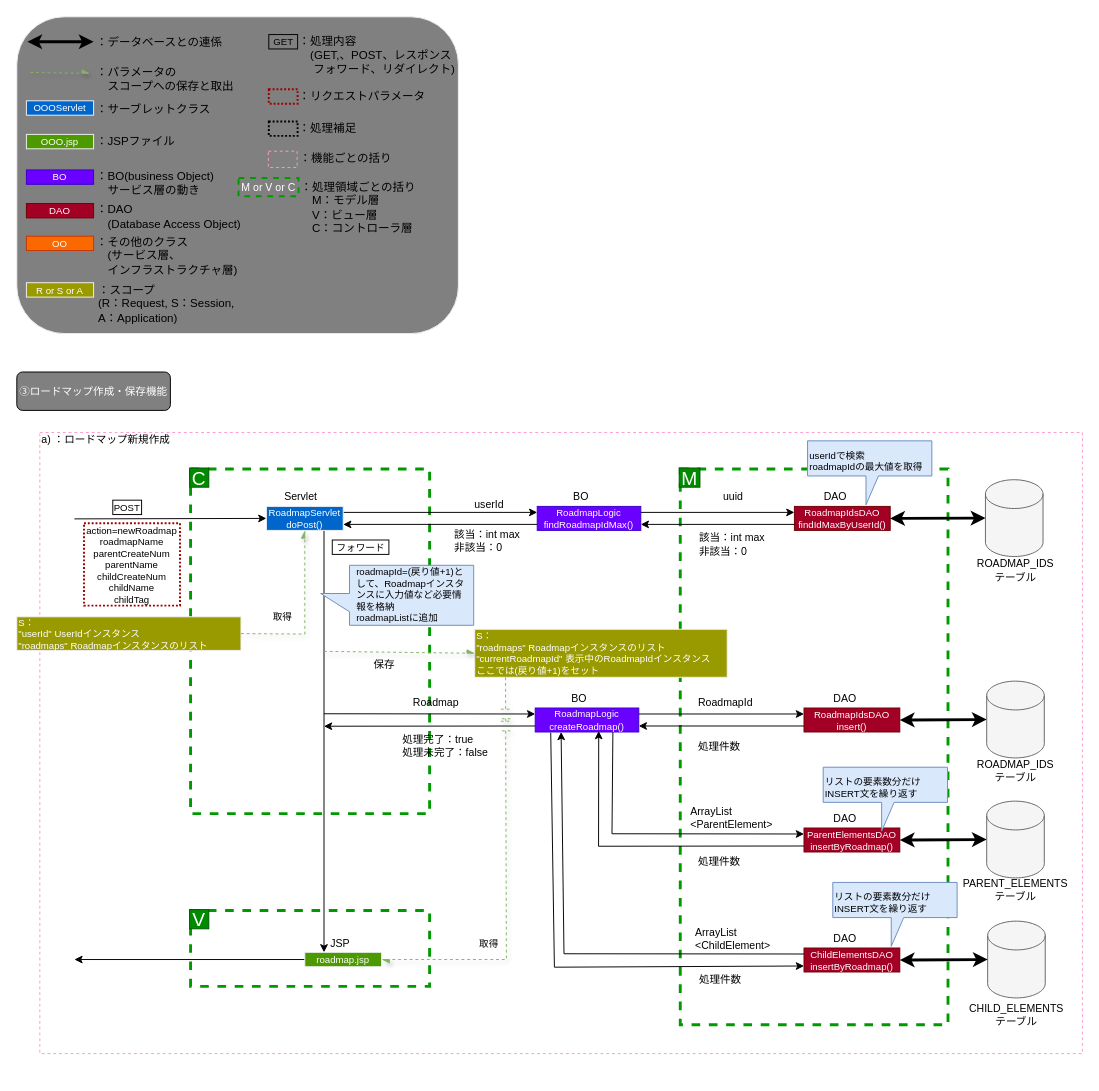
Earlier version of the draw.io diagram 基本アーキテクチャ図3.drawio (NT0840/ITWorkshop). Source tidied: cells renumbered, new cells numbered last; positions are measured from the earlier drawing's top-left corner, leaving out a move shared by most shapes. Both pictures are drawn from the tidied source at 96%, with x=0, y=0 at pixel (16, 16).
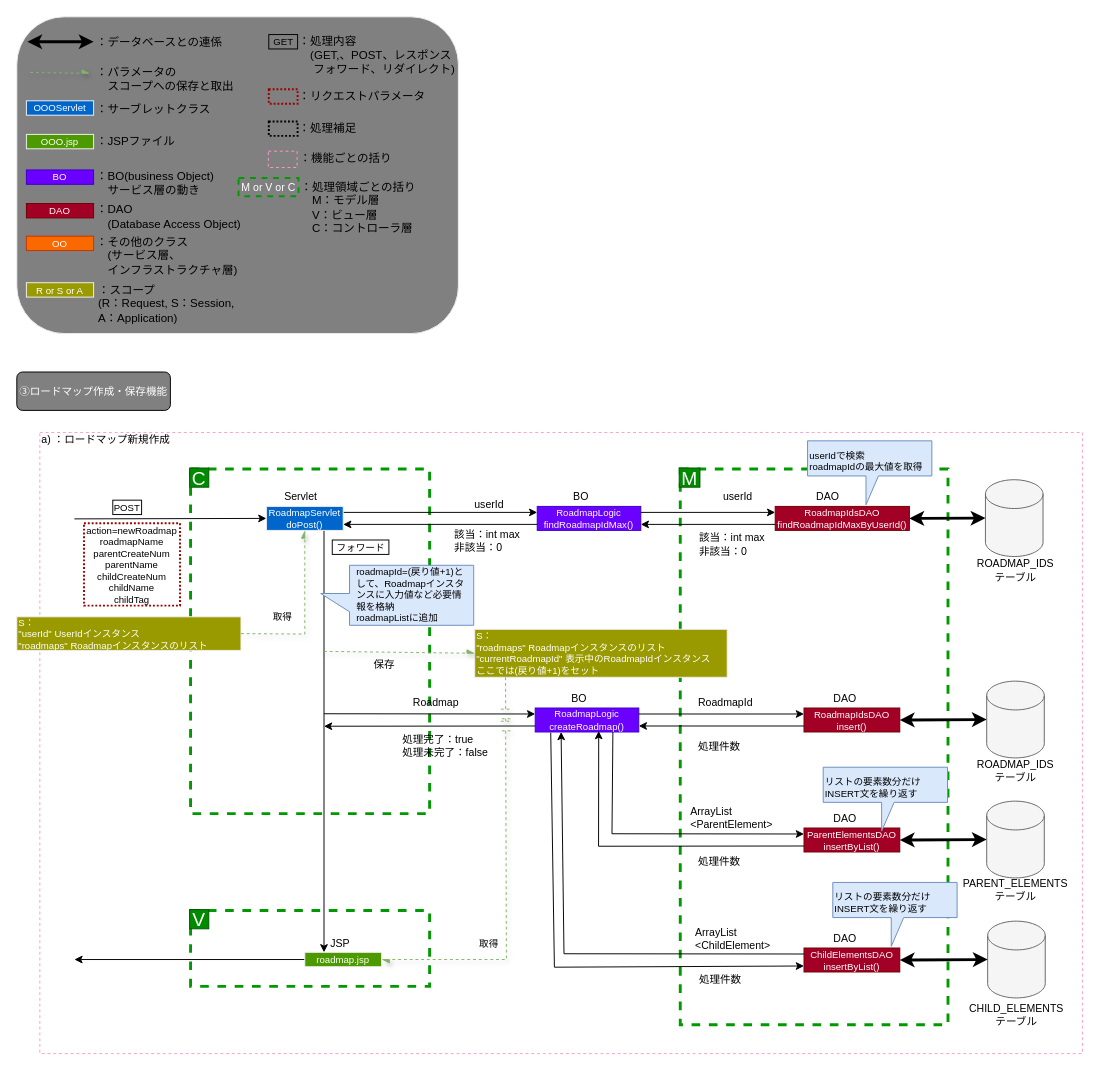
After the change.

The change refers to these unchanged cells:
```xml
<mxCell id="92" style="group;" parent="15" vertex="1">
  <mxGeometry x="820" y="825" width="99.8" height="40" as="geometry" />
</mxCell>
<mxCell id="98" style="group;" parent="15" vertex="1">
  <mxGeometry x="820" y="950" width="99.8" height="40" as="geometry" />
</mxCell>
```

The edit, as a diff of the source:
```diff
@@
-    <mxCell id="53" value="&lt;span style=&quot;font-size: 11px;&quot;&gt;uuid&lt;/span&gt;" style="text;strokeColor=none;align=left;fillColor=none;html=1;verticalAlign=middle;whiteSpace=wrap;rounded=0;labelBackgroundColor=none;fontSize=10;" parent="15" vertex="1">
+    <mxCell id="53" value="&lt;span style=&quot;font-size: 11px;&quot;&gt;userId&lt;/span&gt;" style="text;strokeColor=none;align=left;fillColor=none;html=1;verticalAlign=middle;whiteSpace=wrap;rounded=0;labelBackgroundColor=none;fontSize=10;" parent="15" vertex="1">
       <mxGeometry x="733.8" y="490" width="32.4" height="20" as="geometry" />
     </mxCell>
@@
     <mxCell id="58" style="group;" parent="15" vertex="1">
-      <mxGeometry x="810" y="490" width="99.8" height="40" as="geometry" />
+      <mxGeometry x="790" y="490" width="139.8" height="40" as="geometry" />
     </mxCell>
-    <mxCell id="59" value="RoadmapIdsDAO&lt;br&gt;findIdMaxByUserId()" style="rounded=0;whiteSpace=wrap;html=1;labelBackgroundColor=none;fillStyle=auto;strokeColor=#6F0000;fontFamily=Helvetica;fontSize=10;fontColor=#ffffff;fillColor=#a20025;" parent="58" vertex="1">
-      <mxGeometry y="20" width="99.8" height="25" as="geometry" />
+    <mxCell id="59" value="RoadmapIdsDAO&lt;br&gt;findRoadmapIdMaxByUserId()" style="rounded=0;whiteSpace=wrap;html=1;labelBackgroundColor=none;fillStyle=auto;strokeColor=#6F0000;fontFamily=Helvetica;fontSize=10;fontColor=#ffffff;fillColor=#a20025;" parent="58" vertex="1">
+      <mxGeometry y="20" width="139.8" height="25" as="geometry" />
     </mxCell>
     <mxCell id="60" value="&lt;span style=&quot;font-size: 11px;&quot;&gt;DAO&lt;/span&gt;" style="text;strokeColor=none;align=left;fillColor=none;html=1;verticalAlign=middle;whiteSpace=wrap;rounded=0;labelBackgroundColor=none;fontSize=10;" parent="58" vertex="1">
-      <mxGeometry x="28.9" width="41.9" height="20" as="geometry" />
+      <mxGeometry x="40.6" width="58.6" height="20" as="geometry" />
     </mxCell>
@@
-    <mxCell id="93" value="ParentElementsDAO&lt;br&gt;insertByRoadmap()" style="rounded=0;whiteSpace=wrap;html=1;labelBackgroundColor=none;fillStyle=auto;strokeColor=#6F0000;fontFamily=Helvetica;fontSize=10;fontColor=#ffffff;fillColor=#a20025;" parent="92" vertex="1">
+    <mxCell id="93" value="ParentElementsDAO&lt;br&gt;insertByList()" style="rounded=0;whiteSpace=wrap;html=1;labelBackgroundColor=none;fillStyle=auto;strokeColor=#6F0000;fontFamily=Helvetica;fontSize=10;fontColor=#ffffff;fillColor=#a20025;" parent="92" vertex="1">
       <mxGeometry y="20" width="99.8" height="25" as="geometry" />
     </mxCell>
@@
-    <mxCell id="99" value="ChildElementsDAO&lt;br&gt;insertByRoadmap()" style="rounded=0;whiteSpace=wrap;html=1;labelBackgroundColor=none;fillStyle=auto;strokeColor=#6F0000;fontFamily=Helvetica;fontSize=10;fontColor=#ffffff;fillColor=#a20025;" parent="98" vertex="1">
+    <mxCell id="99" value="ChildElementsDAO&lt;br&gt;insertByList()" style="rounded=0;whiteSpace=wrap;html=1;labelBackgroundColor=none;fillStyle=auto;strokeColor=#6F0000;fontFamily=Helvetica;fontSize=10;fontColor=#ffffff;fillColor=#a20025;" parent="98" vertex="1">
       <mxGeometry y="20" width="99.8" height="25" as="geometry" />
     </mxCell>
```
